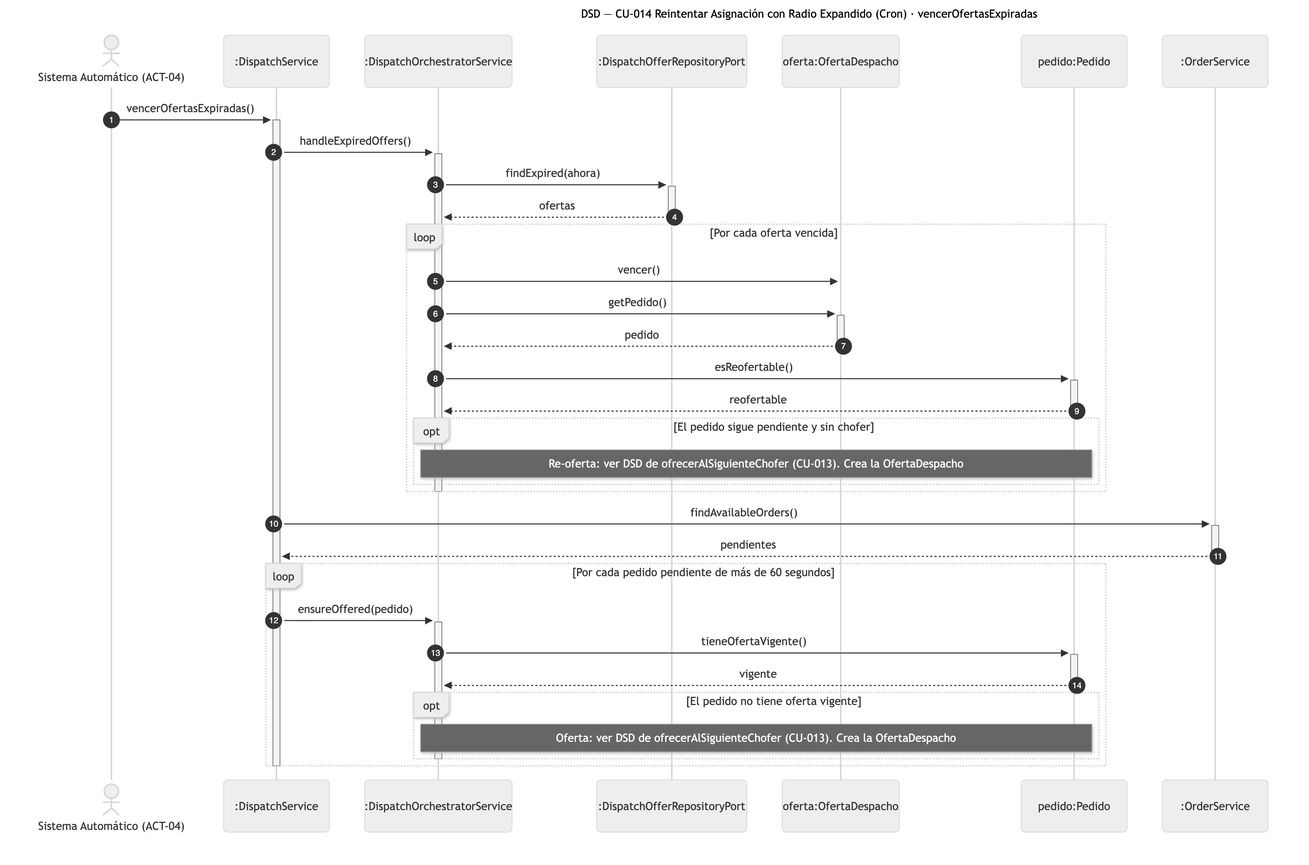
Earlier version of the Mermaid export diagramas/png/DSD_CU-014_vencerOfertasExpiradas.png (Nahuelito-Dev/splg-docs). Its source is kept beside it as diagramas/DSD_CU-014_vencerOfertasExpiradas.mmd. Its diagram source:
```mermaid
sequenceDiagram
    title DSD — CU-014 Reintentar Asignación con Radio Expandido (Cron) · vencerOfertasExpiradas
    autonumber
    actor SIS as Sistema Automático (ACT-04)
    participant TIK as :DispatchService
    participant ORQ as :DispatchOrchestratorService
    participant OFR as :DispatchOfferRepositoryPort
    participant OFE as oferta:OfertaDespacho
    participant PED as pedido:Pedido
    participant ORS as :OrderService

    SIS->>+TIK: vencerOfertasExpiradas()
    TIK->>+ORQ: handleExpiredOffers()
    ORQ->>+OFR: findExpired(ahora)
    OFR-->>-ORQ: ofertas
    loop Por cada oferta vencida
        ORQ->>OFE: vencer()
        ORQ->>+OFE: getPedido()
        OFE-->>-ORQ: pedido
        ORQ->>+PED: esReofertable()
        PED-->>-ORQ: reofertable
        opt El pedido sigue pendiente y sin chofer
            Note over ORQ,PED: Re-oferta: ver DSD de ofrecerAlSiguienteChofer (CU-013). Crea la OfertaDespacho
        end
    end
    deactivate ORQ
    TIK->>+ORS: findAvailableOrders()
    ORS-->>-TIK: pendientes
    loop Por cada pedido pendiente de más de 60 segundos
        TIK->>+ORQ: ensureOffered(pedido)
        ORQ->>+PED: tieneOfertaVigente()
        PED-->>-ORQ: vigente
        opt El pedido no tiene oferta vigente
            Note over ORQ,PED: Oferta: ver DSD de ofrecerAlSiguienteChofer (CU-013). Crea la OfertaDespacho
        end
        deactivate ORQ
    end
    deactivate TIK
```
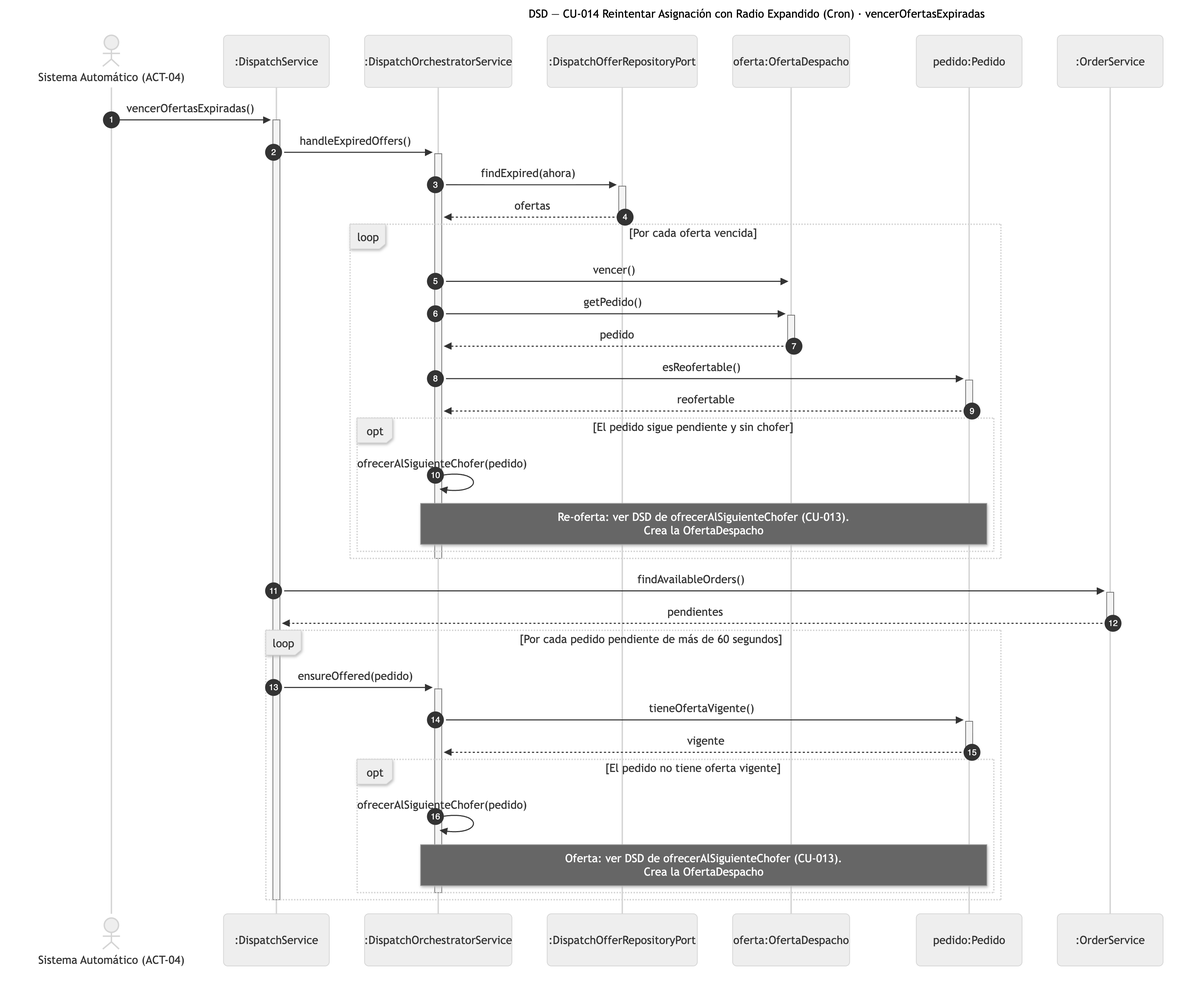
Later version of the same file.

The edit, as a diff of the source:
```diff
@@ -20,7 +20,8 @@
         ORQ->>+PED: esReofertable()
         PED-->>-ORQ: reofertable
         opt El pedido sigue pendiente y sin chofer
-            Note over ORQ,PED: Re-oferta: ver DSD de ofrecerAlSiguienteChofer (CU-013). Crea la OfertaDespacho
+            ORQ->>ORQ: ofrecerAlSiguienteChofer(pedido)
+            Note over ORQ,PED: Re-oferta: ver DSD de ofrecerAlSiguienteChofer (CU-013).<br/>Crea la OfertaDespacho
         end
     end
     deactivate ORQ
@@ -31,7 +32,8 @@
         ORQ->>+PED: tieneOfertaVigente()
         PED-->>-ORQ: vigente
         opt El pedido no tiene oferta vigente
-            Note over ORQ,PED: Oferta: ver DSD de ofrecerAlSiguienteChofer (CU-013). Crea la OfertaDespacho
+            ORQ->>ORQ: ofrecerAlSiguienteChofer(pedido)
+            Note over ORQ,PED: Oferta: ver DSD de ofrecerAlSiguienteChofer (CU-013).<br/>Crea la OfertaDespacho
         end
         deactivate ORQ
     end
```
